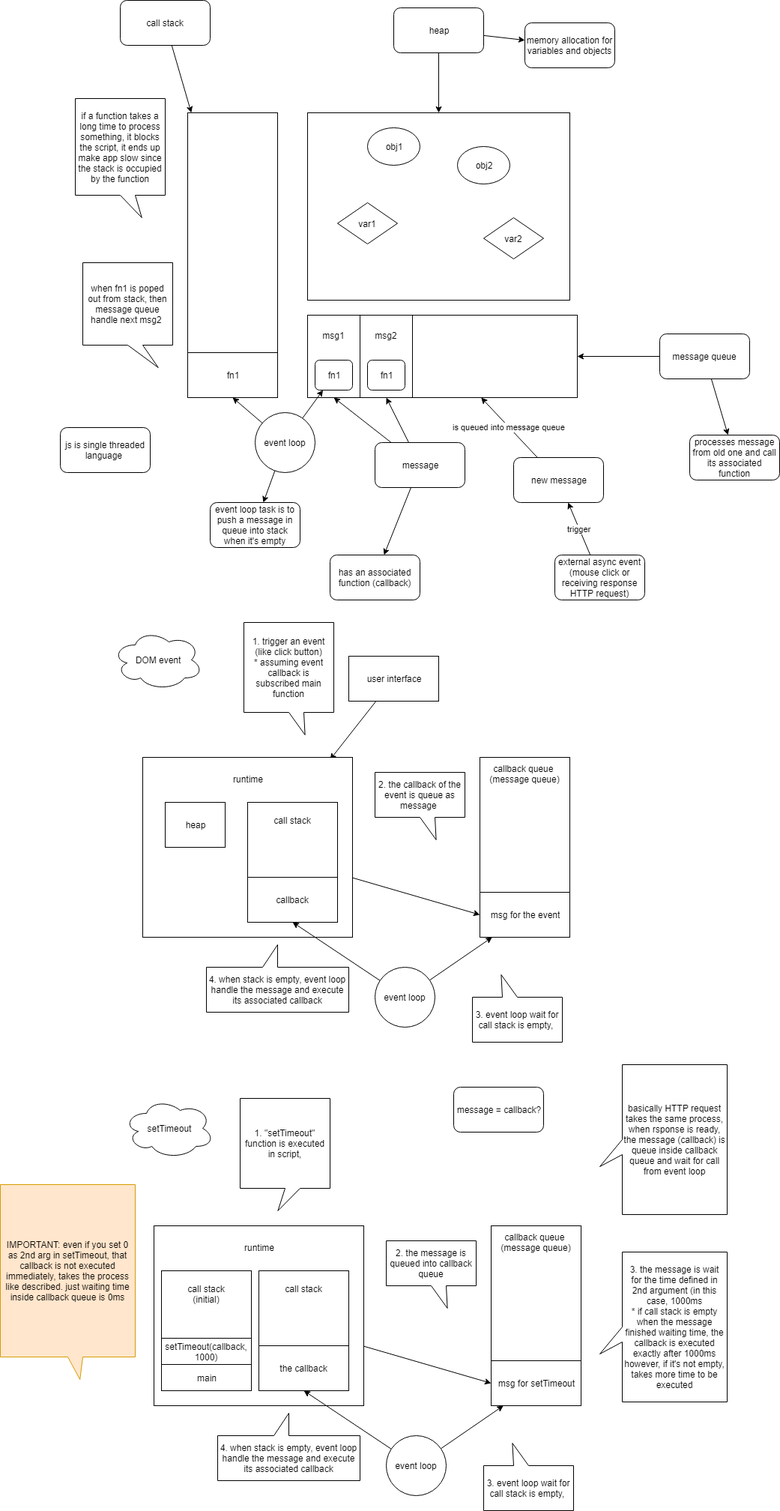
Earlier version of the draw.io export runtime_concept.png (stsiwo/js_concept). Source tidied: cells renumbered, new cells last; positions are measured from the earlier drawing's top-left corner, leaving out a move shared by most shapes.
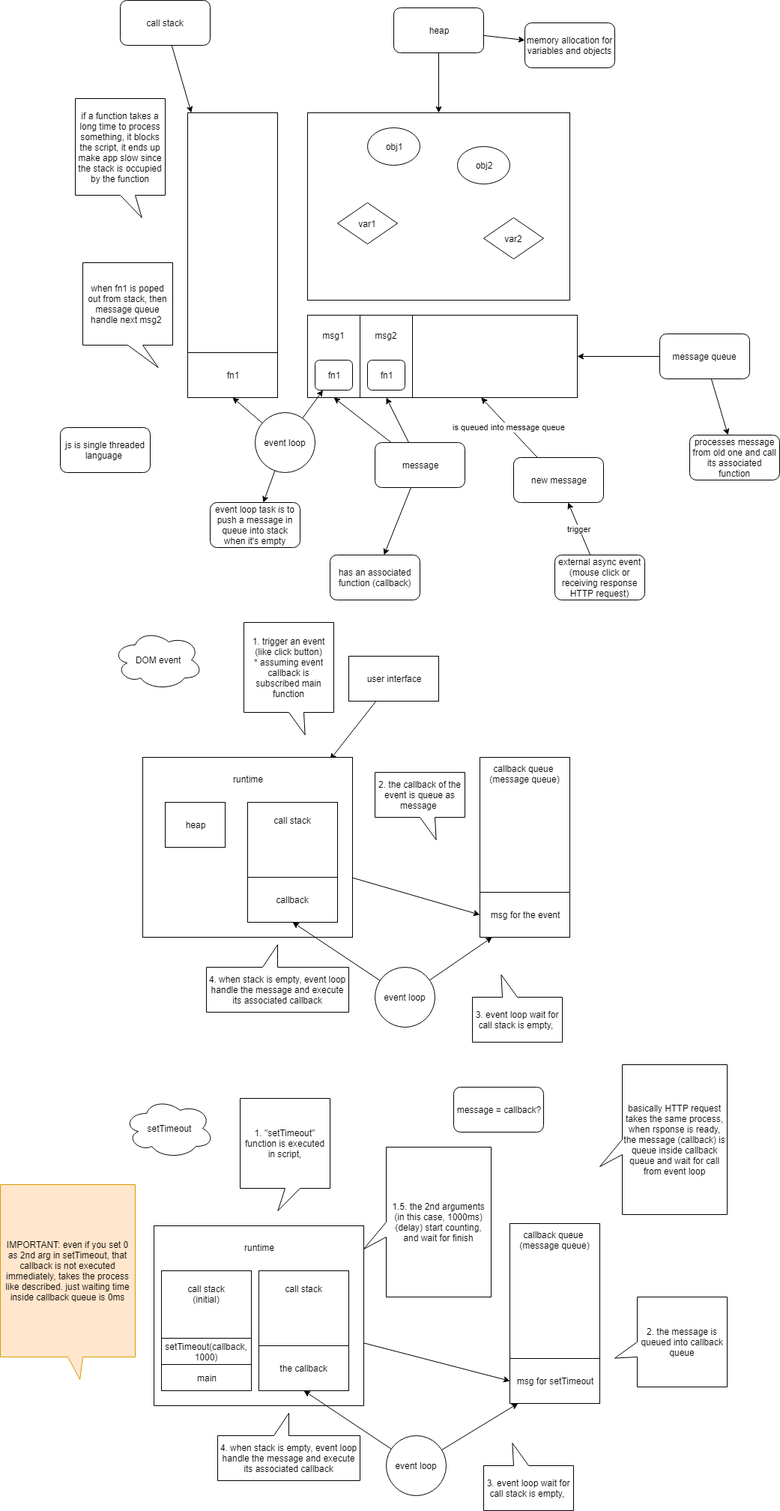
The same file after the commit.

Diff of the diagram source:
```diff
@@ -186,7 +186,7 @@
       <mxGeometry x="320" y="1465" width="120" height="150" as="geometry" />
     </mxCell>
     <mxCell id="63" value="callback queue&amp;nbsp;&lt;br&gt;(message queue)&lt;br&gt;&lt;br&gt;&lt;br&gt;&lt;br&gt;&lt;br&gt;&lt;br&gt;&lt;br&gt;&lt;br&gt;&lt;br&gt;&lt;br&gt;&lt;br&gt;&lt;br&gt;&lt;br&gt;&lt;br&gt;&lt;br&gt;" style="rounded=0;whiteSpace=wrap;html=1;" parent="1" vertex="1">
-      <mxGeometry x="655" y="1635" width="120" height="240" as="geometry" />
+      <mxGeometry x="680" y="1632" width="120" height="240" as="geometry" />
     </mxCell>
     <mxCell id="64" style="edgeStyle=none;rounded=0;html=1;jettySize=auto;" parent="1" edge="1" source="66" target="67">
       <mxGeometry relative="1" as="geometry" />
@@ -198,10 +198,10 @@
       <mxGeometry x="515" y="1915" width="80" height="80" as="geometry" />
     </mxCell>
     <mxCell id="67" value="msg for setTimeout" style="rounded=0;whiteSpace=wrap;html=1;" parent="1" vertex="1">
-      <mxGeometry x="655" y="1815" width="120" height="60" as="geometry" />
+      <mxGeometry x="680" y="1812" width="120" height="60" as="geometry" />
     </mxCell>
-    <mxCell id="68" value="2. the message is queued into callback queue" style="shape=callout;whiteSpace=wrap;html=1;perimeter=calloutPerimeter;position2=0.68;" parent="1" vertex="1">
-      <mxGeometry x="515" y="1655" width="120" height="90" as="geometry" />
+    <mxCell id="68" value="2. the message is queued into callback queue" style="shape=callout;whiteSpace=wrap;html=1;perimeter=calloutPerimeter;position2=0.68;direction=south;" parent="1" vertex="1">
+      <mxGeometry x="820" y="1730" width="150" height="120" as="geometry" />
     </mxCell>
     <mxCell id="69" value="3. event loop wait for call stack is empty,&amp;nbsp;" style="shape=callout;whiteSpace=wrap;html=1;perimeter=calloutPerimeter;position2=0.68;direction=west;" parent="1" vertex="1">
       <mxGeometry x="645" y="1925" width="120" height="90" as="geometry" />
@@ -224,8 +224,8 @@
     <mxCell id="75" value="message = callback?" style="rounded=1;whiteSpace=wrap;html=1;" parent="1" vertex="1">
       <mxGeometry x="605" y="1450" width="120" height="60" as="geometry" />
     </mxCell>
-    <mxCell id="76" value="3. the message is wait for the time defined in 2nd argument (in this case, 1000ms&lt;br&gt;* if call stack is empty when the message finished waiting time, the callback is executed exactly after 1000ms&lt;br&gt;however, if it's not empty, takes more time to be executed&lt;br&gt;" style="shape=callout;whiteSpace=wrap;html=1;perimeter=calloutPerimeter;position2=0.68;direction=south;" parent="1" vertex="1">
-      <mxGeometry x="800" y="1670" width="170" height="200" as="geometry" />
+    <mxCell id="76" value="1.5. the 2nd arguments (in this case, 1000ms) (delay) start counting, and wait for finish&lt;br&gt;" style="shape=callout;whiteSpace=wrap;html=1;perimeter=calloutPerimeter;position2=0.68;direction=south;" parent="1" vertex="1">
+      <mxGeometry x="485" y="1530" width="170" height="200" as="geometry" />
     </mxCell>
     <mxCell id="77" value="IMPORTANT: even if you set 0 as 2nd arg in setTimeout, that callback is not executed immediately, takes the process like described. just waiting time inside callback queue is 0ms" style="shape=callout;whiteSpace=wrap;html=1;perimeter=calloutPerimeter;position2=0.59;fillColor=#ffe6cc;strokeColor=#d79b00;" parent="1" vertex="1">
       <mxGeometry y="1580" width="180" height="260" as="geometry" />
```
